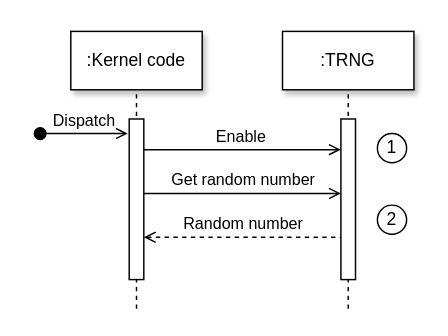
Earlier version of the draw.io diagram docs/diagrams/peripherals/trng/trng.drawio (silhavyj/ZeroMate). Source tidied: cells renumbered, new cells numbered last; positions are measured from the earlier drawing's top-left corner, leaving out a move shared by most shapes. Both pictures are drawn from the tidied source at 146%, with x=0, y=0 at pixel (39, 31).
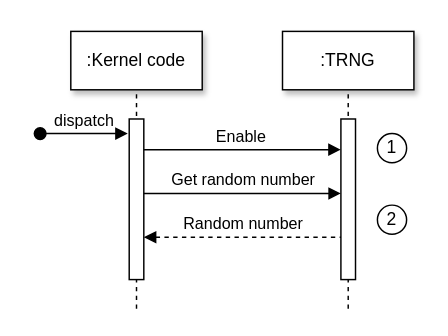
The same page after the edit.

Diff of the diagram source:
```diff
@@
-    <mxCell id="5" value="Dispatch" style="html=1;verticalAlign=bottom;startArrow=oval;endArrow=open;startSize=8;edgeStyle=elbowEdgeStyle;elbow=vertical;curved=0;rounded=0;fontFamily=Computer Modern;endFill=0;" parent="1" edge="1">
+    <mxCell id="5" value="dispatch" style="html=1;verticalAlign=bottom;startArrow=oval;endArrow=block;startSize=8;edgeStyle=elbowEdgeStyle;elbow=vertical;curved=0;rounded=0;fontFamily=Computer Modern;" parent="1" edge="1">
       <mxGeometry relative="1" as="geometry">
         <mxPoint y="70" as="sourcePoint" />
         <mxPoint x="60" y="70" as="targetPoint" />
         <Array as="points">
           <mxPoint x="30" y="70" />
         </Array>
       </mxGeometry>
     </mxCell>
@@
-    <mxCell id="9" value="Enable&amp;nbsp;" style="html=1;verticalAlign=bottom;endArrow=open;edgeStyle=elbowEdgeStyle;elbow=vertical;curved=0;rounded=0;entryX=-0.008;entryY=0.201;entryDx=0;entryDy=0;entryPerimeter=0;fontFamily=Computer Modern;endFill=0;" parent="1" edge="1">
+    <mxCell id="9" value="Enable&amp;nbsp;" style="html=1;verticalAlign=bottom;endArrow=block;edgeStyle=elbowEdgeStyle;elbow=vertical;curved=0;rounded=0;entryX=-0.008;entryY=0.201;entryDx=0;entryDy=0;entryPerimeter=0;fontFamily=Computer Modern;" parent="1" edge="1">
       <mxGeometry relative="1" as="geometry">
         <mxPoint x="71" y="81" as="sourcePoint" />
         <mxPoint x="205.9" y="81.1" as="targetPoint" />
         <Array as="points">
           <mxPoint x="156" y="81" />
         </Array>
       </mxGeometry>
     </mxCell>
-    <mxCell id="10" value="Get random number" style="html=1;verticalAlign=bottom;endArrow=open;edgeStyle=elbowEdgeStyle;elbow=vertical;curved=0;rounded=0;entryX=-0.008;entryY=0.201;entryDx=0;entryDy=0;entryPerimeter=0;fontFamily=Computer Modern;endFill=0;" parent="1" edge="1">
+    <mxCell id="10" value="Get random number" style="html=1;verticalAlign=bottom;endArrow=block;edgeStyle=elbowEdgeStyle;elbow=vertical;curved=0;rounded=0;entryX=-0.008;entryY=0.201;entryDx=0;entryDy=0;entryPerimeter=0;fontFamily=Computer Modern;" parent="1" edge="1">
       <mxGeometry relative="1" as="geometry">
         <mxPoint x="71" y="111" as="sourcePoint" />
         <mxPoint x="206" y="111" as="targetPoint" />
         <Array as="points">
           <mxPoint x="156" y="111" />
         </Array>
       </mxGeometry>
     </mxCell>
-    <mxCell id="11" value="Random number" style="html=1;verticalAlign=bottom;endArrow=none;edgeStyle=elbowEdgeStyle;elbow=vertical;curved=0;rounded=0;entryX=-0.008;entryY=0.201;entryDx=0;entryDy=0;entryPerimeter=0;dashed=1;startArrow=open;startFill=0;endFill=0;fontFamily=Computer Modern;" parent="1" edge="1">
+    <mxCell id="11" value="Random number" style="html=1;verticalAlign=bottom;endArrow=none;edgeStyle=elbowEdgeStyle;elbow=vertical;curved=0;rounded=0;entryX=-0.008;entryY=0.201;entryDx=0;entryDy=0;entryPerimeter=0;dashed=1;startArrow=block;startFill=1;endFill=0;fontFamily=Computer Modern;" parent="1" edge="1">
       <mxGeometry relative="1" as="geometry">
         <mxPoint x="71" y="141" as="sourcePoint" />
         <mxPoint x="206" y="141" as="targetPoint" />
         <Array as="points">
           <mxPoint x="156" y="141" />
         </Array>
       </mxGeometry>
     </mxCell>
```
